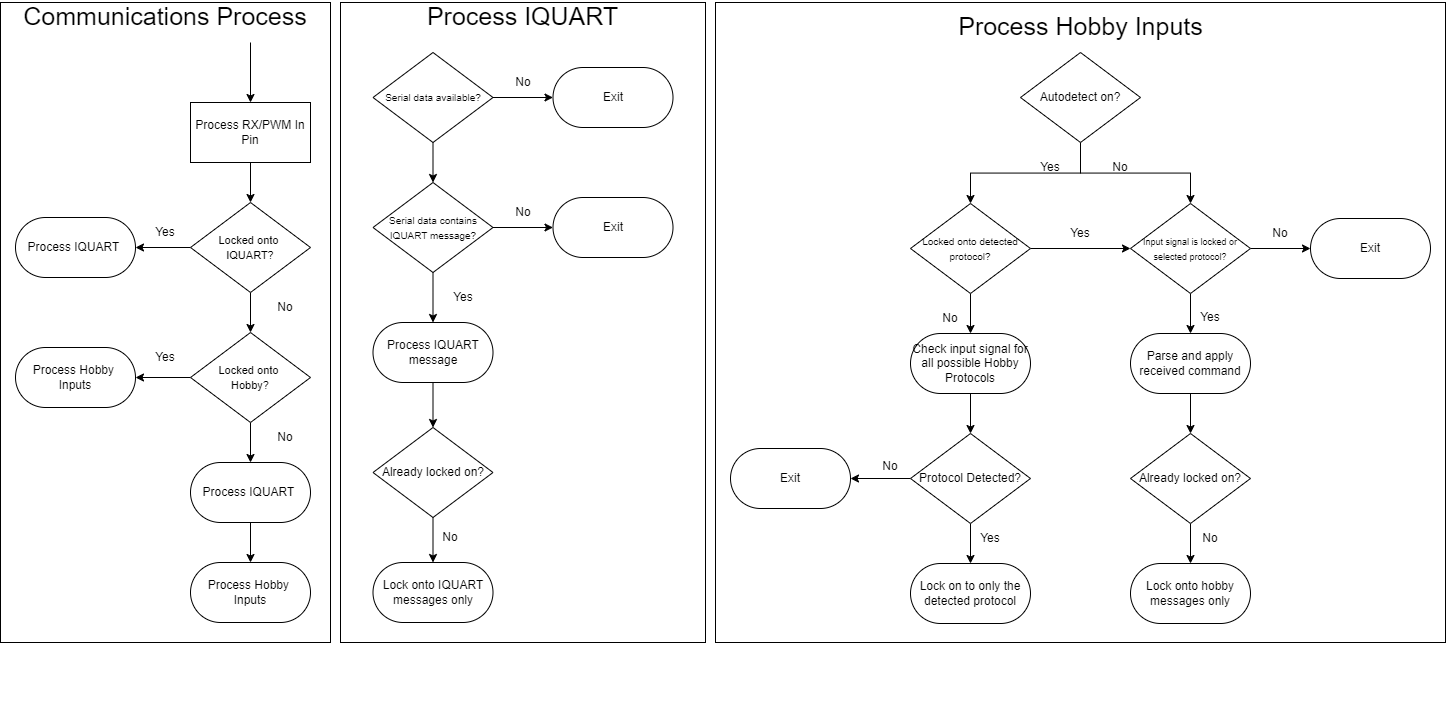
This is docs/_static/tutorial_images/pwm_flight_controller/comms_flow.png from iq-motion-control/iq-module-communication-doc, a draw.io export, as it was before one commit. Source tidied: cells renumbered, new cells last; positions are measured from the earlier drawing's top-left corner, leaving out a move shared by most shapes.
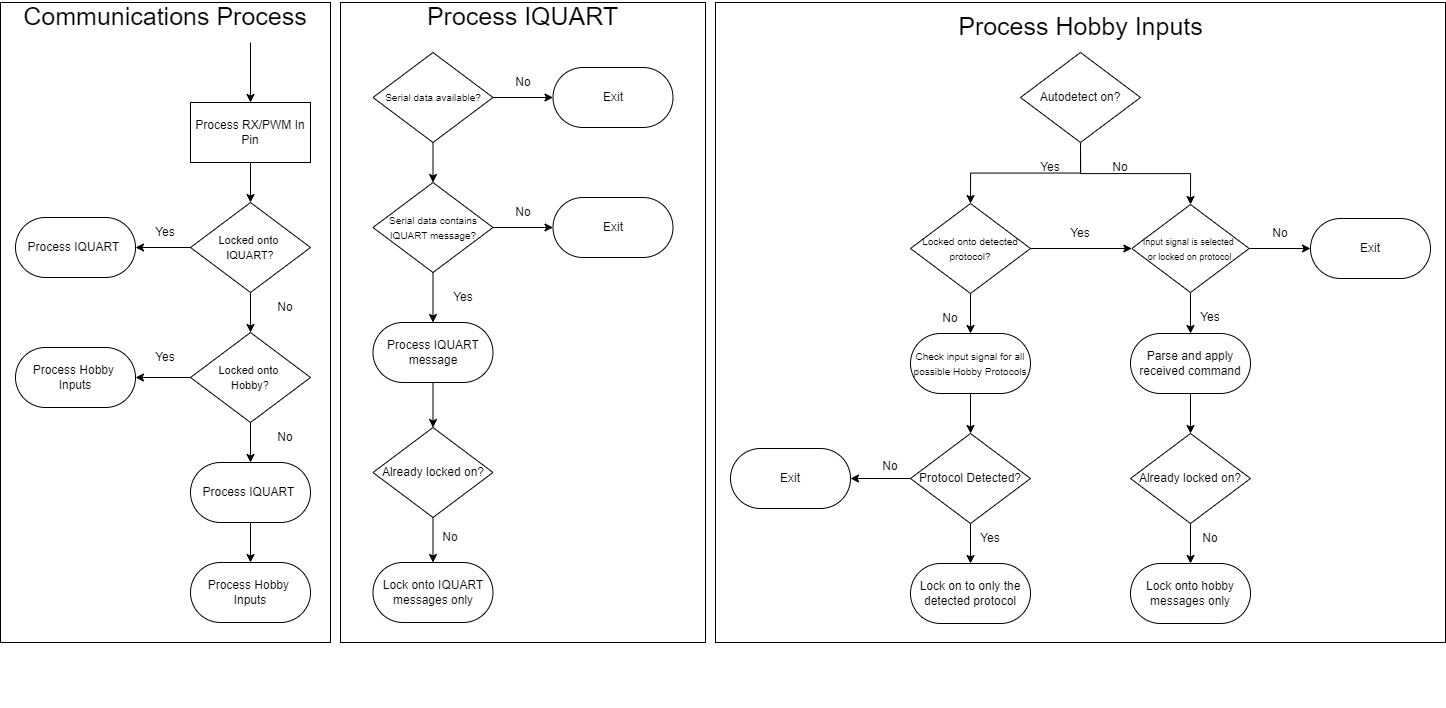
Later version of the same file.

The edit, as a diff of the source:
```diff
@@ -77,16 +77,16 @@
     <mxCell id="26" style="edgeStyle=orthogonalEdgeStyle;rounded=0;jettySize=auto;html=1;exitX=0.5;exitY=1;exitDx=0;exitDy=0;entryX=0.5;entryY=0;entryDx=0;entryDy=0;" parent="24" edge="1" source="28" target="45">
       <mxGeometry relative="1" as="geometry" />
     </mxCell>
-    <mxCell id="27" style="edgeStyle=orthogonalEdgeStyle;rounded=0;jettySize=auto;html=1;exitX=0.5;exitY=1;exitDx=0;exitDy=0;entryX=0.5;entryY=0;entryDx=0;entryDy=0;" parent="24" edge="1" source="28" target="42">
-      <mxGeometry relative="1" as="geometry" />
-    </mxCell>
+    <mxCell id="78" style="edgeStyle=orthogonalEdgeStyle;rounded=0;jettySize=auto;html=1;exitX=0.5;exitY=1;exitDx=0;exitDy=0;entryX=0.5;entryY=0;entryDx=0;entryDy=0;" parent="24" edge="1" source="28" target="81">
+      <mxGeometry relative="1" as="geometry" />
+    </mxCell>
     <mxCell id="28" value="Autodetect on?" style="rhombus;whiteSpace=wrap;html=1;" parent="24" vertex="1">
       <mxGeometry x="290" width="120" height="90" as="geometry" />
     </mxCell>
     <mxCell id="29" style="edgeStyle=orthogonalEdgeStyle;rounded=0;jettySize=auto;html=1;exitX=0.5;exitY=1;exitDx=0;exitDy=0;entryX=0.5;entryY=0;entryDx=0;entryDy=0;" parent="24" edge="1" source="30" target="35">
       <mxGeometry relative="1" as="geometry" />
     </mxCell>
-    <mxCell id="30" value="Check input signal for all possible Hobby Protocols" style="rounded=1;whiteSpace=wrap;html=1;arcSize=50;" parent="24" vertex="1">
+    <mxCell id="30" value="&lt;font style=&quot;font-size: 10px;&quot;&gt;Check input signal for all possible Hobby Protocols&lt;/font&gt;" style="rounded=1;whiteSpace=wrap;html=1;arcSize=50;" parent="24" vertex="1">
       <mxGeometry x="180" y="281" width="120" height="60" as="geometry" />
     </mxCell>
     <mxCell id="31" value="Yes" style="text;html=1;align=center;verticalAlign=middle;whiteSpace=wrap;rounded=0;" parent="24" vertex="1">
@@ -116,21 +116,21 @@
     <mxCell id="39" value="No" style="text;html=1;align=center;verticalAlign=middle;whiteSpace=wrap;rounded=0;" parent="24" vertex="1">
       <mxGeometry x="130" y="399" width="60" height="30" as="geometry" />
     </mxCell>
-    <mxCell id="40" style="edgeStyle=orthogonalEdgeStyle;rounded=0;jettySize=auto;html=1;exitX=0.5;exitY=1;exitDx=0;exitDy=0;" parent="24" edge="1" source="42" target="49">
-      <mxGeometry relative="1" as="geometry" />
-    </mxCell>
-    <mxCell id="41" style="edgeStyle=orthogonalEdgeStyle;rounded=0;jettySize=auto;html=1;exitX=1;exitY=0.5;exitDx=0;exitDy=0;entryX=0;entryY=0.5;entryDx=0;entryDy=0;" parent="24" edge="1" source="42" target="51">
-      <mxGeometry relative="1" as="geometry" />
-    </mxCell>
-    <mxCell id="42" value="&lt;font style=&quot;font-size: 9px;&quot;&gt;Input signal is locked or selected protocol?&lt;/font&gt;" style="rhombus;whiteSpace=wrap;html=1;" parent="24" vertex="1">
-      <mxGeometry x="400" y="151" width="120" height="90" as="geometry" />
-    </mxCell>
+    <mxCell id="79" style="edgeStyle=orthogonalEdgeStyle;rounded=0;jettySize=auto;html=1;exitX=0.5;exitY=1;exitDx=0;exitDy=0;" parent="24" edge="1" source="81" target="49">
+      <mxGeometry relative="1" as="geometry" />
+    </mxCell>
+    <mxCell id="80" style="edgeStyle=orthogonalEdgeStyle;rounded=0;jettySize=auto;html=1;exitX=1;exitY=0.5;exitDx=0;exitDy=0;entryX=0;entryY=0.5;entryDx=0;entryDy=0;" parent="24" edge="1" source="81" target="51">
+      <mxGeometry relative="1" as="geometry" />
+    </mxCell>
+    <mxCell id="81" value="&lt;div style=&quot;&quot;&gt;&lt;font style=&quot;font-size: 9px;&quot;&gt;Input signal is selected&amp;nbsp;&lt;/font&gt;&lt;/div&gt;&lt;div style=&quot;&quot;&gt;&lt;font style=&quot;font-size: 9px;&quot;&gt;or locked on protocol&lt;/font&gt;&lt;/div&gt;" style="rhombus;whiteSpace=wrap;html=1;align=center;" parent="24" vertex="1">
+      <mxGeometry x="401.3" y="152" width="117.3" height="88" as="geometry" />
+    </mxCell>
     <mxCell id="43" style="edgeStyle=orthogonalEdgeStyle;rounded=0;jettySize=auto;html=1;exitX=0.5;exitY=1;exitDx=0;exitDy=0;entryX=0.5;entryY=0;entryDx=0;entryDy=0;" parent="24" edge="1" source="45" target="30">
       <mxGeometry relative="1" as="geometry" />
     </mxCell>
-    <mxCell id="44" style="edgeStyle=orthogonalEdgeStyle;rounded=0;jettySize=auto;html=1;exitX=1;exitY=0.5;exitDx=0;exitDy=0;entryX=0;entryY=0.5;entryDx=0;entryDy=0;" parent="24" edge="1" source="45" target="42">
-      <mxGeometry relative="1" as="geometry" />
-    </mxCell>
+    <mxCell id="82" style="edgeStyle=orthogonalEdgeStyle;rounded=0;jettySize=auto;html=1;exitX=1;exitY=0.5;exitDx=0;exitDy=0;entryX=0;entryY=0.5;entryDx=0;entryDy=0;" parent="24" edge="1" source="45" target="81">
+      <mxGeometry relative="1" as="geometry" />
+    </mxCell>
     <mxCell id="45" value="&lt;font style=&quot;font-size: 10px;&quot;&gt;Locked onto detected protocol?&lt;/font&gt;" style="rhombus;whiteSpace=wrap;html=1;" parent="24" vertex="1">
       <mxGeometry x="180" y="151" width="120" height="90" as="geometry" />
     </mxCell>
@@ -179,11 +179,11 @@
     <mxCell id="60" value="Process RX/PWM In Pin" style="rounded=0;whiteSpace=wrap;html=1;" parent="58" vertex="1">
       <mxGeometry x="175" y="60" width="120" height="60" as="geometry" />
     </mxCell>
-    <mxCell id="61" style="endArrow=classic;html=1;rounded=0;entryX=0.5;entryY=0;entryDx=0;entryDy=0;" parent="58" edge="1" target="60">
-      <mxGeometry relative="1" as="geometry">
-        <mxPoint x="235" as="sourcePoint" />
-      </mxGeometry>
-    </mxCell>
+    <mxCell id="83" style="endArrow=classic;html=1;rounded=0;entryX=0.5;entryY=0;entryDx=0;entryDy=0;" parent="58" edge="1" target="60">
+      <mxGeometry relative="1" as="geometry">
+        <mxPoint x="235" as="sourcePoint" />
+      </mxGeometry>
+    </mxCell>
     <mxCell id="62" style="edgeStyle=orthogonalEdgeStyle;rounded=0;jettySize=auto;html=1;exitX=0.5;exitY=1;exitDx=0;exitDy=0;entryX=0.5;entryY=0;entryDx=0;entryDy=0;" parent="58" edge="1" source="64" target="67">
       <mxGeometry relative="1" as="geometry" />
     </mxCell>
```
